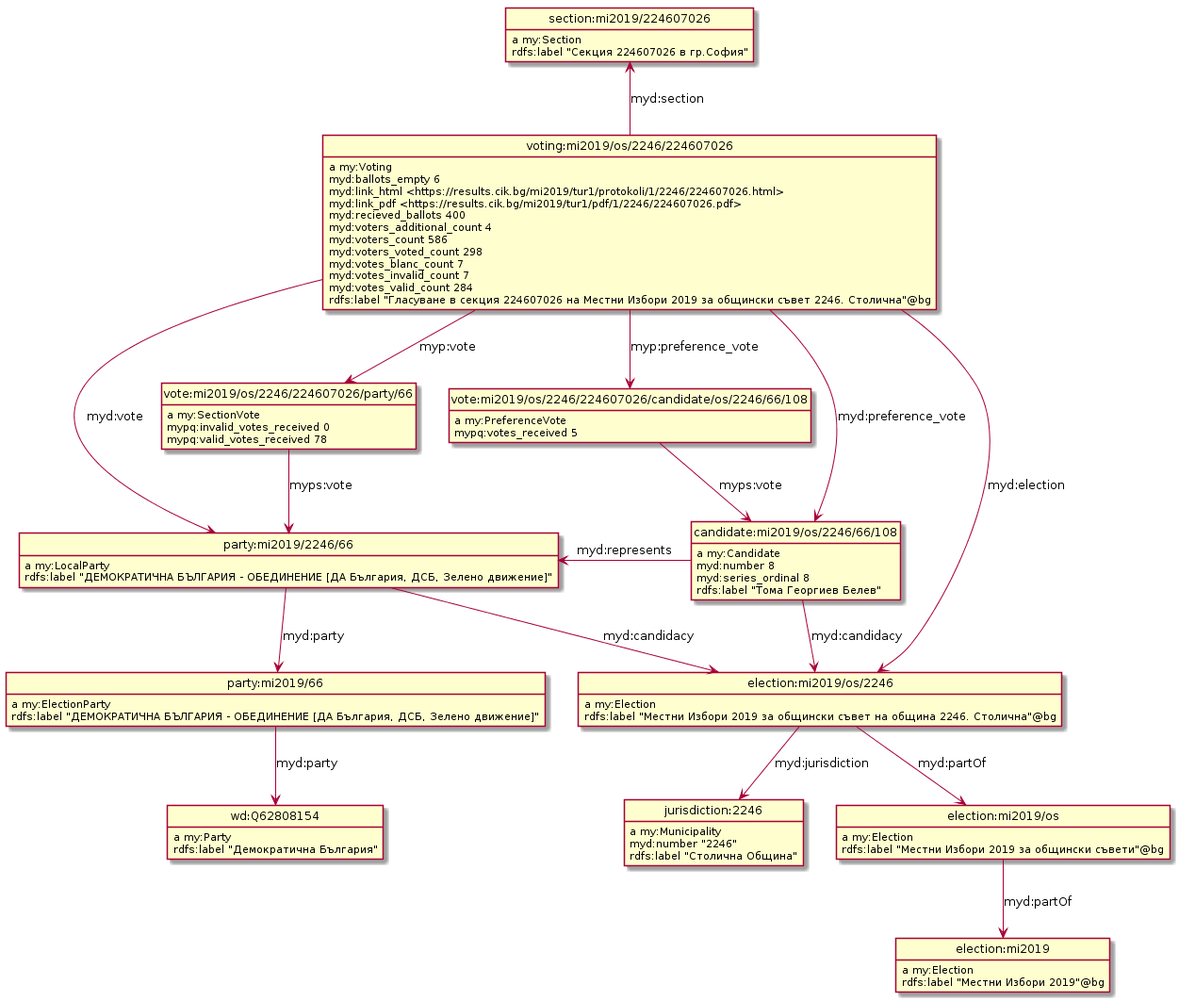
Above: model/localModel_os.png in nikolatulechki/semanticElections (PlantUML), before the change.
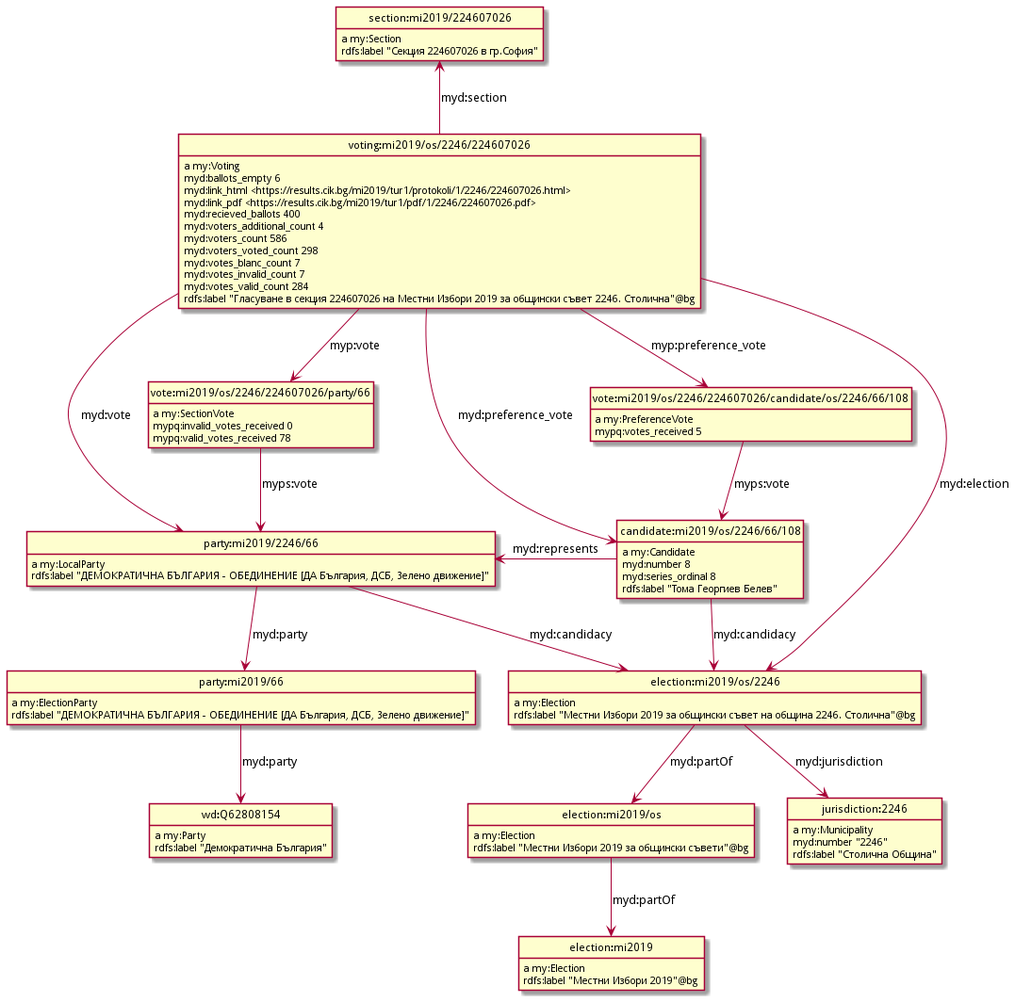
The same diagram one commit later.

The edit, as a diff of the source:
```diff
@@ -3,31 +3,34 @@
 hide empty attributes
 hide circle
 skinparam classAttributeIconSize 0
-class section_mi2019_224607026 as "section:mi2019/224607026"
-section_mi2019_224607026 : a my:Section
-section_mi2019_224607026 : rdfs:label "Секция 224607026 в гр.София"
-class party_mi2019_66 as "party:mi2019/66"
-party_mi2019_66 : a my:ElectionParty
-class wd_Q62808154 as "wd:Q62808154"
-party_mi2019_66 -down-> wd_Q62808154 : myd:party
-party_mi2019_66 : rdfs:label "ДЕМОКРАТИЧНА БЪЛГАРИЯ - ОБЕДИНЕНИЕ [ДА България, ДСБ, Зелено движение]"
 class vote_mi2019_os_2246_224607026_party_66 as "vote:mi2019/os/2246/224607026/party/66"
 vote_mi2019_os_2246_224607026_party_66 : a my:SectionVote
 class party_mi2019_2246_66 as "party:mi2019/2246/66"
 vote_mi2019_os_2246_224607026_party_66 -down-> party_mi2019_2246_66 : myps:vote
 vote_mi2019_os_2246_224607026_party_66 : mypq:invalid_votes_received 0
 vote_mi2019_os_2246_224607026_party_66 : mypq:valid_votes_received 78
+class candidate_mi2019_os_2246_66_108 as "candidate:mi2019/os/2246/66/108"
+candidate_mi2019_os_2246_66_108 : a my:Candidate
+class election_mi2019_os_2246 as "election:mi2019/os/2246"
+candidate_mi2019_os_2246_66_108 -down-> election_mi2019_os_2246 : myd:candidacy
+candidate_mi2019_os_2246_66_108 -left-> party_mi2019_2246_66 : myd:represents
+candidate_mi2019_os_2246_66_108 : myd:number 8
+candidate_mi2019_os_2246_66_108 : myd:series_ordinal 8
+candidate_mi2019_os_2246_66_108 : rdfs:label "Тома Георгиев Белев"
+class jurisdiction_2246 as "jurisdiction:2246"
+jurisdiction_2246 : a my:Municipality
+jurisdiction_2246 : myd:number "2246"
+jurisdiction_2246 : rdfs:label "Столична Община"
 class voting_mi2019_os_2246_224607026 as "voting:mi2019/os/2246/224607026"
 voting_mi2019_os_2246_224607026 : a my:Voting
+voting_mi2019_os_2246_224607026 -down-> party_mi2019_2246_66 : myd:vote
 class vote_mi2019_os_2246_224607026_candidate_os_2246_66_108 as "vote:mi2019/os/2246/224607026/candidate/os/2246/66/108"
 voting_mi2019_os_2246_224607026 -down-> vote_mi2019_os_2246_224607026_candidate_os_2246_66_108 : myp:preference_vote
+class section_mi2019_224607026 as "section:mi2019/224607026"
 voting_mi2019_os_2246_224607026 -up-> section_mi2019_224607026 : myd:section
+voting_mi2019_os_2246_224607026 -down-> candidate_mi2019_os_2246_66_108 : myd:preference_vote
+voting_mi2019_os_2246_224607026 -down-> election_mi2019_os_2246 : myd:election
 voting_mi2019_os_2246_224607026 -down-> vote_mi2019_os_2246_224607026_party_66 : myp:vote
-class election_mi2019_os_2246 as "election:mi2019/os/2246"
-voting_mi2019_os_2246_224607026 -down-> election_mi2019_os_2246 : myd:election
-class candidate_mi2019_os_2246_66_108 as "candidate:mi2019/os/2246/66/108"
-voting_mi2019_os_2246_224607026 -down-> candidate_mi2019_os_2246_66_108 : myd:preference_vote
-voting_mi2019_os_2246_224607026 -down-> party_mi2019_2246_66 : myd:vote
 voting_mi2019_os_2246_224607026 : myd:ballots_empty 6
 voting_mi2019_os_2246_224607026 : myd:link_html <https://results.cik.bg/mi2019/tur1/protokoli/1/2246/224607026.html>
 voting_mi2019_os_2246_224607026 : myd:link_pdf <https://results.cik.bg/mi2019/tur1/pdf/1/2246/224607026.pdf>
@@ -39,34 +42,31 @@
 voting_mi2019_os_2246_224607026 : myd:votes_invalid_count 7
 voting_mi2019_os_2246_224607026 : myd:votes_valid_count 284
 voting_mi2019_os_2246_224607026 : rdfs:label "Гласуване в секция 224607026 на Местни Избори 2019 за общински съвет 2246. Столична"@bg
+class party_mi2019_66 as "party:mi2019/66"
+party_mi2019_66 : a my:ElectionParty
+class wd_Q62808154 as "wd:Q62808154"
+party_mi2019_66 -down-> wd_Q62808154 : myd:party
+party_mi2019_66 : rdfs:label "ДЕМОКРАТИЧНА БЪЛГАРИЯ - ОБЕДИНЕНИЕ [ДА България, ДСБ, Зелено движение]"
+election_mi2019_os_2246 : a my:Election
 class election_mi2019_os as "election:mi2019/os"
+election_mi2019_os_2246 -down-> election_mi2019_os : myd:partOf
+election_mi2019_os_2246 -down-> jurisdiction_2246 : myd:jurisdiction
+election_mi2019_os_2246 : rdfs:label "Местни Избори 2019 за общински съвет на община 2246. Столична"@bg
 election_mi2019_os : a my:Election
 class election_mi2019 as "election:mi2019"
 election_mi2019_os -down-> election_mi2019 : myd:partOf
 election_mi2019_os : rdfs:label "Местни Избори 2019 за общински съвети"@bg
-election_mi2019 : a my:Election
-election_mi2019 : rdfs:label "Местни Избори 2019"@bg
+section_mi2019_224607026 : a my:Section
+section_mi2019_224607026 : rdfs:label "Секция 224607026 в гр.София"
 vote_mi2019_os_2246_224607026_candidate_os_2246_66_108 : a my:PreferenceVote
 vote_mi2019_os_2246_224607026_candidate_os_2246_66_108 -down-> candidate_mi2019_os_2246_66_108 : myps:vote
 vote_mi2019_os_2246_224607026_candidate_os_2246_66_108 : mypq:votes_received 5
-class jurisdiction_2246 as "jurisdiction:2246"
-jurisdiction_2246 : a my:Municipality
-jurisdiction_2246 : myd:number "2246"
-jurisdiction_2246 : rdfs:label "Столична Община"
-candidate_mi2019_os_2246_66_108 : a my:Candidate
-candidate_mi2019_os_2246_66_108 -down-> election_mi2019_os_2246 : myd:candidacy
-candidate_mi2019_os_2246_66_108 -left-> party_mi2019_2246_66 : myd:represents
-candidate_mi2019_os_2246_66_108 : myd:number 8
-candidate_mi2019_os_2246_66_108 : myd:series_ordinal 8
-candidate_mi2019_os_2246_66_108 : rdfs:label "Тома Георгиев Белев"
 party_mi2019_2246_66 : a my:LocalParty
 party_mi2019_2246_66 -down-> election_mi2019_os_2246 : myd:candidacy
 party_mi2019_2246_66 -down-> party_mi2019_66 : myd:party
 party_mi2019_2246_66 : rdfs:label "ДЕМОКРАТИЧНА БЪЛГАРИЯ - ОБЕДИНЕНИЕ [ДА България, ДСБ, Зелено движение]"
 wd_Q62808154 : a my:Party
 wd_Q62808154 : rdfs:label "Демократична България"
-election_mi2019_os_2246 : a my:Election
-election_mi2019_os_2246 -down-> jurisdiction_2246 : myd:jurisdiction
-election_mi2019_os_2246 -down-> election_mi2019_os : myd:partOf
-election_mi2019_os_2246 : rdfs:label "Местни Избори 2019 за общински съвет на община 2246. Столична"@bg
+election_mi2019 : a my:Election
+election_mi2019 : rdfs:label "Местни Избори 2019"@bg
 @enduml
```
